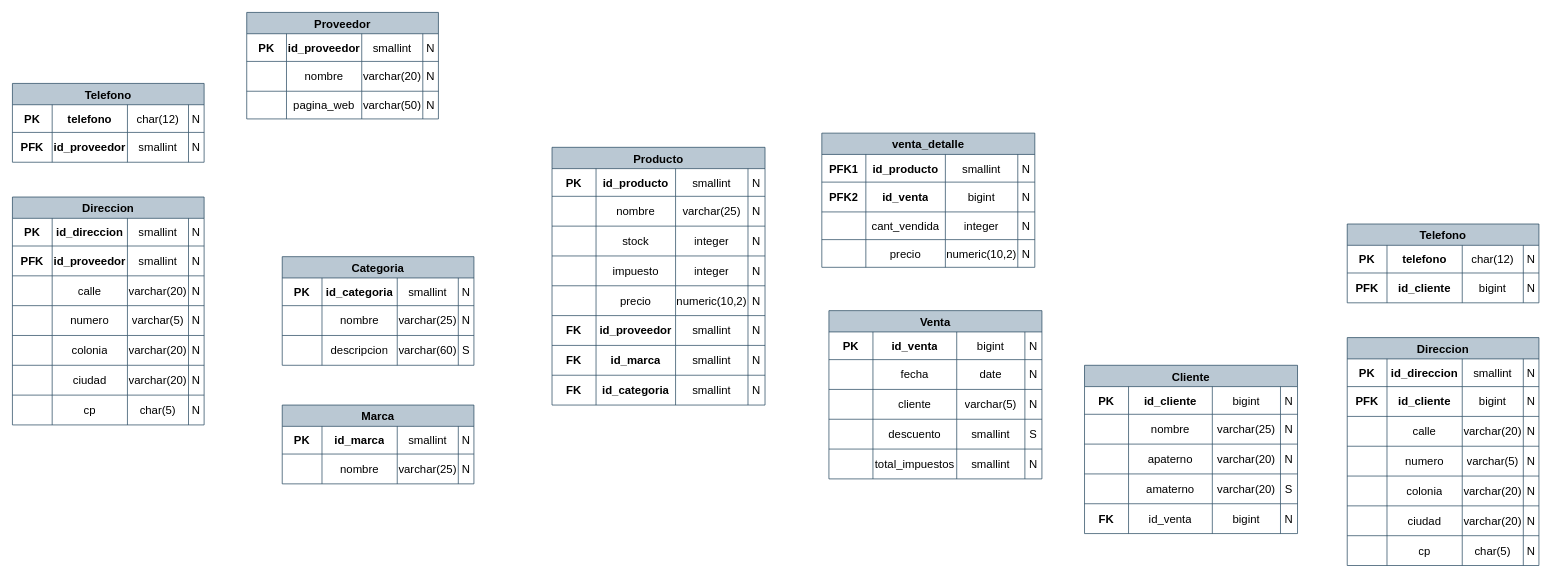
Before: Modelo Relacional ventas.drawio in misiomishi/itcj, a draw.io diagram. Source tidied: cells renumbered, new cells numbered last; positions are measured from the earlier drawing's top-left corner, leaving out a move shared by most shapes. Both pictures are drawn from the tidied source at 71%, with x=0, y=0 at pixel (12, 12).
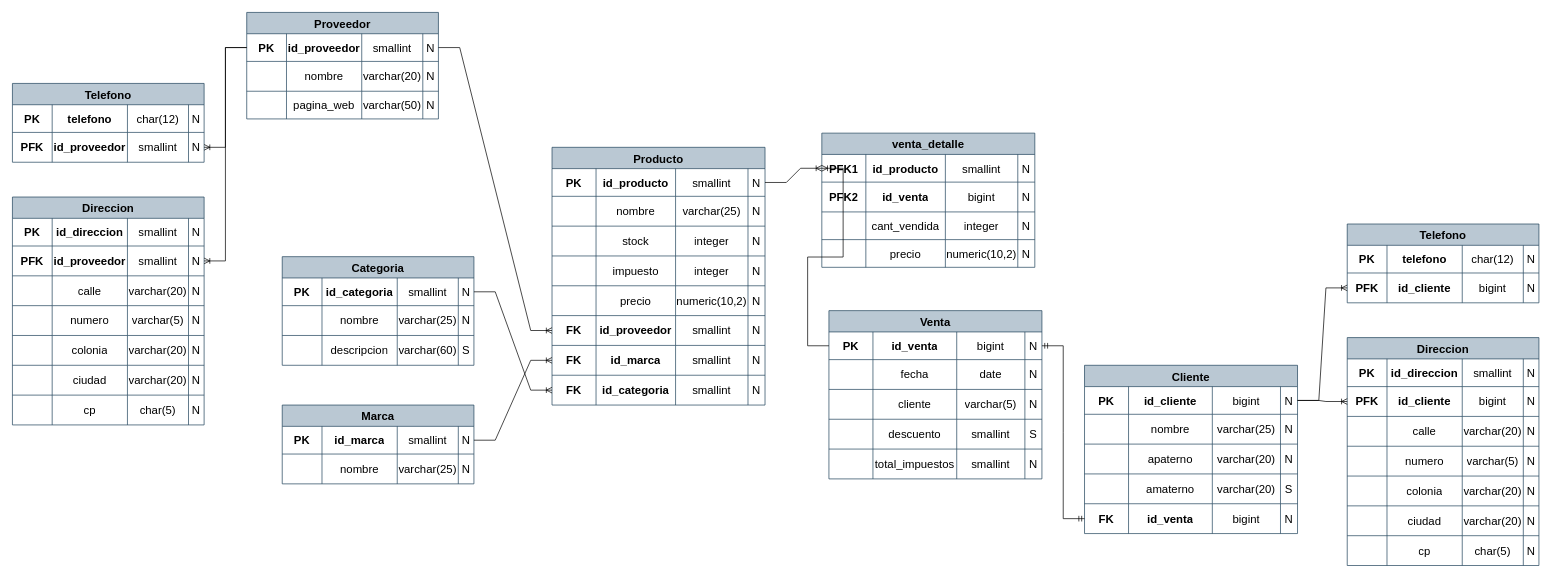
The same diagram, later.

The change refers to these unchanged cells:
```xml
<mxCell id="3" style="shape=tableRow;horizontal=0;startSize=0;swimlaneHead=0;swimlaneBody=0;strokeColor=inherit;top=0;left=0;bottom=0;right=0;fillColor=none;points=[[0,0.5],[1,0.5]];portConstraint=eastwest;fontSize=16;" parent="2" vertex="1">
  <mxGeometry y="30" width="270" height="39" as="geometry" />
</mxCell>
<mxCell id="24" style="shape=tableRow;horizontal=0;startSize=0;swimlaneHead=0;swimlaneBody=0;strokeColor=inherit;top=0;left=0;bottom=0;right=0;fillColor=none;points=[[0,0.5],[1,0.5]];portConstraint=eastwest;fontSize=16;" parent="18" vertex="1">
  <mxGeometry y="69" width="270" height="42" as="geometry" />
</mxCell>
<mxCell id="35" style="shape=tableRow;horizontal=0;startSize=0;swimlaneHead=0;swimlaneBody=0;strokeColor=inherit;top=0;left=0;bottom=0;right=0;fillColor=none;points=[[0,0.5],[1,0.5]];portConstraint=eastwest;fontSize=16;" parent="29" vertex="1">
  <mxGeometry y="69" width="270" height="42" as="geometry" />
</mxCell>
<mxCell id="66" style="shape=tableRow;horizontal=0;startSize=0;swimlaneHead=0;swimlaneBody=0;strokeColor=inherit;top=0;left=0;bottom=0;right=0;fillColor=none;points=[[0,0.5],[1,0.5]];portConstraint=eastwest;fontSize=16;" parent="65" vertex="1">
  <mxGeometry y="30" width="300" height="39" as="geometry" />
</mxCell>
<mxCell id="91" style="shape=tableRow;horizontal=0;startSize=0;swimlaneHead=0;swimlaneBody=0;strokeColor=inherit;top=0;left=0;bottom=0;right=0;fillColor=none;points=[[0,0.5],[1,0.5]];portConstraint=eastwest;fontSize=16;" parent="65" vertex="1">
  <mxGeometry y="237" width="300" height="42" as="geometry" />
</mxCell>
<mxCell id="96" style="shape=tableRow;horizontal=0;startSize=0;swimlaneHead=0;swimlaneBody=0;strokeColor=inherit;top=0;left=0;bottom=0;right=0;fillColor=none;points=[[0,0.5],[1,0.5]];portConstraint=eastwest;fontSize=16;" parent="65" vertex="1">
  <mxGeometry y="279" width="300" height="42" as="geometry" />
</mxCell>
<mxCell id="101" style="shape=tableRow;horizontal=0;startSize=0;swimlaneHead=0;swimlaneBody=0;strokeColor=inherit;top=0;left=0;bottom=0;right=0;fillColor=none;points=[[0,0.5],[1,0.5]];portConstraint=eastwest;fontSize=16;" parent="65" vertex="1">
  <mxGeometry y="321" width="300" height="42" as="geometry" />
</mxCell>
<mxCell id="107" style="shape=tableRow;horizontal=0;startSize=0;swimlaneHead=0;swimlaneBody=0;strokeColor=inherit;top=0;left=0;bottom=0;right=0;fillColor=none;points=[[0,0.5],[1,0.5]];portConstraint=eastwest;fontSize=16;" parent="106" vertex="1">
  <mxGeometry y="30" width="270" height="39" as="geometry" />
</mxCell>
<mxCell id="118" style="shape=tableRow;horizontal=0;startSize=0;swimlaneHead=0;swimlaneBody=0;strokeColor=inherit;top=0;left=0;bottom=0;right=0;fillColor=none;points=[[0,0.5],[1,0.5]];portConstraint=eastwest;fontSize=16;" parent="117" vertex="1">
  <mxGeometry y="30" width="270" height="39" as="geometry" />
</mxCell>
<mxCell id="134" style="shape=tableRow;horizontal=0;startSize=0;swimlaneHead=0;swimlaneBody=0;strokeColor=inherit;top=0;left=0;bottom=0;right=0;fillColor=none;points=[[0,0.5],[1,0.5]];portConstraint=eastwest;fontSize=16;" parent="133" vertex="1">
  <mxGeometry y="30" width="300" height="39" as="geometry" />
</mxCell>
<mxCell id="155" style="shape=tableRow;horizontal=0;startSize=0;swimlaneHead=0;swimlaneBody=0;strokeColor=inherit;top=0;left=0;bottom=0;right=0;fillColor=none;points=[[0,0.5],[1,0.5]];portConstraint=eastwest;fontSize=16;" parent="154" vertex="1">
  <mxGeometry y="30" width="300" height="39" as="geometry" />
</mxCell>
<mxCell id="181" style="shape=tableRow;horizontal=0;startSize=0;swimlaneHead=0;swimlaneBody=0;strokeColor=inherit;top=0;left=0;bottom=0;right=0;fillColor=none;points=[[0,0.5],[1,0.5]];portConstraint=eastwest;fontSize=16;" parent="180" vertex="1">
  <mxGeometry y="30" width="300" height="39" as="geometry" />
</mxCell>
<mxCell id="201" style="shape=tableRow;horizontal=0;startSize=0;swimlaneHead=0;swimlaneBody=0;strokeColor=inherit;top=0;left=0;bottom=0;right=0;fillColor=none;points=[[0,0.5],[1,0.5]];portConstraint=eastwest;fontSize=16;" parent="180" vertex="1">
  <mxGeometry y="195" width="300" height="42" as="geometry" />
</mxCell>
<mxCell id="212" style="shape=tableRow;horizontal=0;startSize=0;swimlaneHead=0;swimlaneBody=0;strokeColor=inherit;top=0;left=0;bottom=0;right=0;fillColor=none;points=[[0,0.5],[1,0.5]];portConstraint=eastwest;fontSize=16;" parent="206" vertex="1">
  <mxGeometry y="69" width="270" height="42" as="geometry" />
</mxCell>
<mxCell id="223" style="shape=tableRow;horizontal=0;startSize=0;swimlaneHead=0;swimlaneBody=0;strokeColor=inherit;top=0;left=0;bottom=0;right=0;fillColor=none;points=[[0,0.5],[1,0.5]];portConstraint=eastwest;fontSize=16;" parent="217" vertex="1">
  <mxGeometry y="69" width="270" height="42" as="geometry" />
</mxCell>
```

The edit, as a diff of the source:
```diff
@@
-    <mxCell id="203" value="id_venta" style="shape=partialRectangle;html=1;whiteSpace=wrap;strokeColor=inherit;overflow=hidden;fillColor=none;top=0;left=0;bottom=0;right=0;fontSize=16;fontStyle=0;" parent="201" vertex="1">
+    <mxCell id="203" value="id_venta" style="shape=partialRectangle;html=1;whiteSpace=wrap;strokeColor=inherit;overflow=hidden;fillColor=none;top=0;left=0;bottom=0;right=0;fontSize=16;fontStyle=1;" parent="201" vertex="1">
       <mxGeometry x="62" width="118" height="42" as="geometry" />
     </mxCell>
@@
+    <mxCell id="253" style="edgeStyle=entityRelationEdgeStyle;fontSize=12;html=1;endArrow=ERoneToMany;rounded=0;exitX=0;exitY=0.5;exitDx=0;exitDy=0;entryX=1;entryY=0.5;entryDx=0;entryDy=0;" parent="1" edge="1" source="3" target="24">
+      <mxGeometry relative="1" as="geometry" />
+    </mxCell>
+    <mxCell id="254" style="edgeStyle=entityRelationEdgeStyle;fontSize=12;html=1;endArrow=ERoneToMany;rounded=0;entryX=1;entryY=0.5;entryDx=0;entryDy=0;exitX=0;exitY=0.5;exitDx=0;exitDy=0;" parent="1" edge="1" source="3" target="35">
+      <mxGeometry relative="1" as="geometry" />
+    </mxCell>
+    <mxCell id="255" style="edgeStyle=entityRelationEdgeStyle;fontSize=12;html=1;endArrow=ERoneToMany;rounded=0;entryX=0;entryY=0.5;entryDx=0;entryDy=0;exitX=1;exitY=0.5;exitDx=0;exitDy=0;" parent="1" edge="1" source="3" target="91">
+      <mxGeometry relative="1" as="geometry" />
+    </mxCell>
+    <mxCell id="256" style="edgeStyle=entityRelationEdgeStyle;fontSize=12;html=1;endArrow=ERoneToMany;rounded=0;entryX=0;entryY=0.5;entryDx=0;entryDy=0;exitX=1;exitY=0.5;exitDx=0;exitDy=0;" parent="1" edge="1" source="118" target="101">
+      <mxGeometry relative="1" as="geometry" />
+    </mxCell>
+    <mxCell id="257" style="edgeStyle=entityRelationEdgeStyle;fontSize=12;html=1;endArrow=ERoneToMany;rounded=0;entryX=0;entryY=0.5;entryDx=0;entryDy=0;exitX=1;exitY=0.5;exitDx=0;exitDy=0;" parent="1" edge="1" source="107" target="96">
+      <mxGeometry relative="1" as="geometry" />
+    </mxCell>
+    <mxCell id="258" style="edgeStyle=entityRelationEdgeStyle;fontSize=12;html=1;endArrow=ERoneToMany;rounded=0;entryX=0;entryY=0.5;entryDx=0;entryDy=0;exitX=1;exitY=0.5;exitDx=0;exitDy=0;" parent="1" edge="1" source="66" target="134">
+      <mxGeometry relative="1" as="geometry" />
+    </mxCell>
+    <mxCell id="259" style="edgeStyle=entityRelationEdgeStyle;fontSize=12;html=1;endArrow=ERoneToMany;rounded=0;entryX=0;entryY=0.5;entryDx=0;entryDy=0;exitX=0;exitY=0.5;exitDx=0;exitDy=0;" parent="1" edge="1" source="155" target="134">
+      <mxGeometry relative="1" as="geometry" />
+    </mxCell>
+    <mxCell id="260" style="edgeStyle=entityRelationEdgeStyle;fontSize=12;html=1;endArrow=ERoneToMany;rounded=0;entryX=0;entryY=0.5;entryDx=0;entryDy=0;exitX=1;exitY=0.5;exitDx=0;exitDy=0;" parent="1" edge="1" source="181" target="223">
+      <mxGeometry relative="1" as="geometry" />
+    </mxCell>
+    <mxCell id="261" style="edgeStyle=entityRelationEdgeStyle;fontSize=12;html=1;endArrow=ERoneToMany;rounded=0;entryX=0;entryY=0.5;entryDx=0;entryDy=0;exitX=1;exitY=0.5;exitDx=0;exitDy=0;" parent="1" edge="1" source="181" target="212">
+      <mxGeometry relative="1" as="geometry" />
+    </mxCell>
+    <mxCell id="262" style="edgeStyle=entityRelationEdgeStyle;fontSize=12;html=1;endArrow=ERmandOne;startArrow=ERmandOne;rounded=0;exitX=1;exitY=0.5;exitDx=0;exitDy=0;entryX=0;entryY=0.5;entryDx=0;entryDy=0;" parent="1" edge="1" source="155" target="201">
+      <mxGeometry relative="1" as="geometry" />
+    </mxCell>
```
